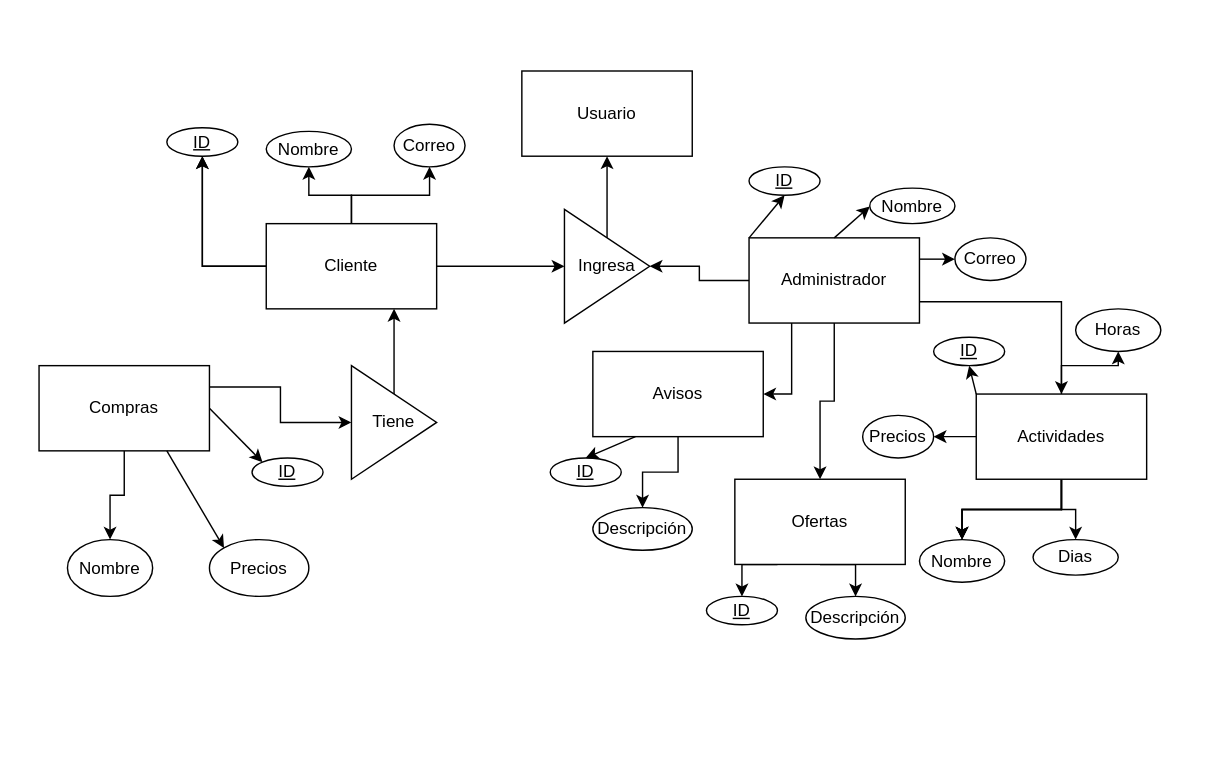
This is Diagrama_relacional.drawio from HuBaMarin/projDespliegue, a draw.io file, before an edit. Source tidied: cells renumbered, new cells numbered last; positions are measured from the earlier drawing's top-left corner, leaving out a move shared by most shapes. Both pictures are drawn from the tidied source at 142%, with x=0, y=0 at pixel (38, 70).
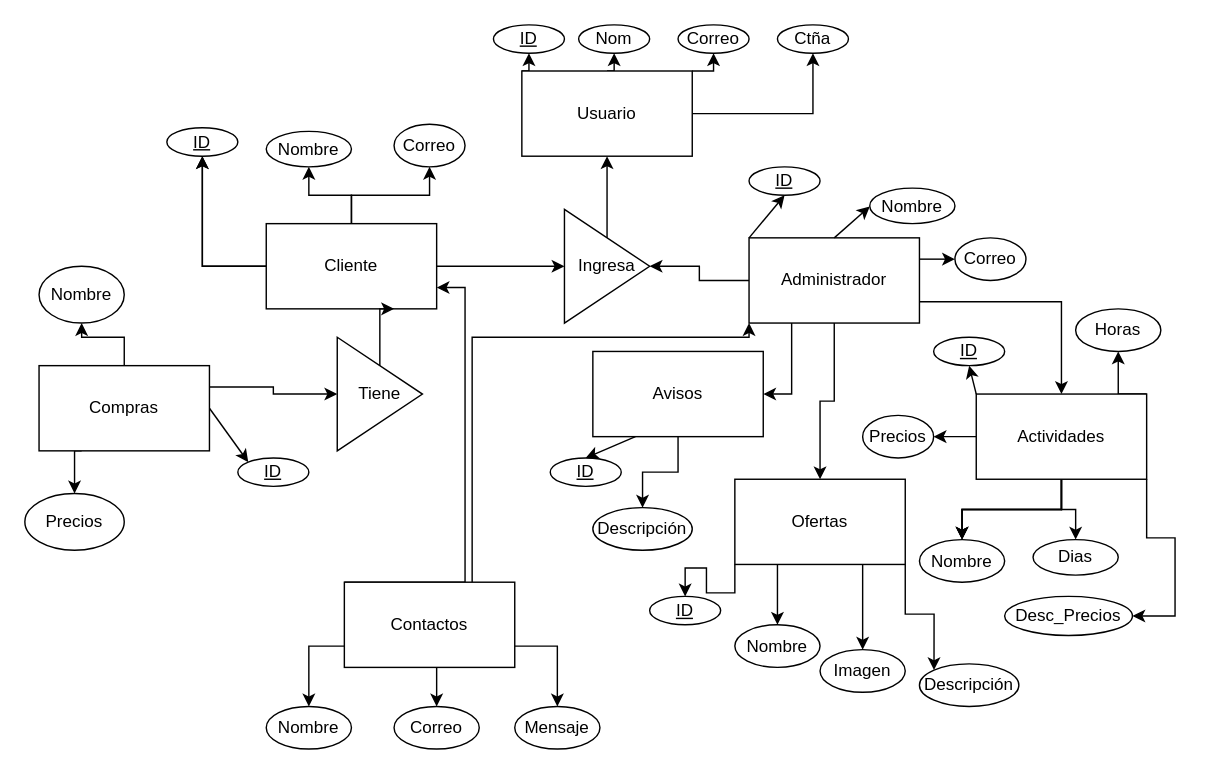
After the change.

The change refers to these unchanged cells:
```xml
<mxCell id="2" value="Usuario" style="rounded=0;whiteSpace=wrap;html=1;" parent="1" vertex="1">
  <mxGeometry x="340" y="0.5" width="120" height="60" as="geometry" />
</mxCell>
<mxCell id="8" value="Cliente" style="rounded=0;whiteSpace=wrap;html=1;" parent="1" vertex="1">
  <mxGeometry x="160" y="108" width="120" height="60" as="geometry" />
</mxCell>
<mxCell id="13" value="Administrador" style="rounded=0;whiteSpace=wrap;html=1;" parent="1" vertex="1">
  <mxGeometry x="500" y="118" width="120" height="60" as="geometry" />
</mxCell>
<mxCell id="18" value="Ofertas" style="rounded=0;whiteSpace=wrap;html=1;" parent="1" vertex="1">
  <mxGeometry x="490" y="288" width="120" height="60" as="geometry" />
</mxCell>
<mxCell id="25" value="Actividades" style="rounded=0;whiteSpace=wrap;html=1;" parent="1" vertex="1">
  <mxGeometry x="660" y="228" width="120" height="60" as="geometry" />
</mxCell>
<mxCell id="28" value="Compras" style="rounded=0;whiteSpace=wrap;html=1;" parent="1" vertex="1">
  <mxGeometry y="208" width="120" height="60" as="geometry" />
</mxCell>
<mxCell id="36" value="Horas" style="ellipse;whiteSpace=wrap;html=1;rounded=0;" parent="1" vertex="1">
  <mxGeometry x="730" y="168" width="60" height="30" as="geometry" />
</mxCell>
<mxCell id="37" value="Precios" style="ellipse;whiteSpace=wrap;html=1;" parent="1" vertex="1">
  <mxGeometry x="580" y="243" width="50" height="30" as="geometry" />
</mxCell>
```

What changed in the source:
```diff
@@
+    <mxCell id="58" style="edgeStyle=orthogonalEdgeStyle;rounded=0;jettySize=auto;html=1;exitX=1;exitY=0.5;exitDx=0;exitDy=0;entryX=0.5;entryY=1;entryDx=0;entryDy=0;" parent="1" edge="1" source="2" target="80">
+      <mxGeometry relative="1" as="geometry" />
+    </mxCell>
+    <mxCell id="59" style="edgeStyle=orthogonalEdgeStyle;rounded=0;jettySize=auto;html=1;exitX=1;exitY=0;exitDx=0;exitDy=0;entryX=0.5;entryY=1;entryDx=0;entryDy=0;" parent="1" edge="1" source="2" target="79">
+      <mxGeometry relative="1" as="geometry" />
+    </mxCell>
+    <mxCell id="60" style="edgeStyle=orthogonalEdgeStyle;rounded=0;jettySize=auto;html=1;exitX=0.5;exitY=0;exitDx=0;exitDy=0;entryX=0.5;entryY=1;entryDx=0;entryDy=0;" parent="1" edge="1" source="2" target="78">
+      <mxGeometry relative="1" as="geometry" />
+    </mxCell>
+    <mxCell id="61" style="edgeStyle=orthogonalEdgeStyle;rounded=0;jettySize=auto;html=1;exitX=0;exitY=0;exitDx=0;exitDy=0;entryX=0.5;entryY=1;entryDx=0;entryDy=0;" parent="1" edge="1" source="2" target="77">
+      <mxGeometry relative="1" as="geometry" />
+    </mxCell>
@@
-    <mxCell id="16" style="edgeStyle=orthogonalEdgeStyle;rounded=0;jettySize=auto;html=1;exitX=0.25;exitY=1;exitDx=0;exitDy=0;entryX=0.5;entryY=0;entryDx=0;entryDy=0;" parent="1" edge="1" source="18" target="57">
+    <mxCell id="16" style="edgeStyle=orthogonalEdgeStyle;rounded=0;jettySize=auto;html=1;exitX=0;exitY=1;exitDx=0;exitDy=0;entryX=0.5;entryY=0;entryDx=0;entryDy=0;" parent="1" edge="1" source="18" target="57">
       <mxGeometry relative="1" as="geometry" />
     </mxCell>
+    <mxCell id="62" style="edgeStyle=orthogonalEdgeStyle;rounded=0;jettySize=auto;html=1;exitX=0.25;exitY=1;exitDx=0;exitDy=0;entryX=0.5;entryY=0;entryDx=0;entryDy=0;" parent="1" edge="1" source="18" target="75">
+      <mxGeometry relative="1" as="geometry" />
+    </mxCell>
+    <mxCell id="63" style="edgeStyle=orthogonalEdgeStyle;rounded=0;jettySize=auto;html=1;exitX=0.75;exitY=1;exitDx=0;exitDy=0;entryX=0.5;entryY=0;entryDx=0;entryDy=0;" parent="1" edge="1" source="18" target="76">
+      <mxGeometry relative="1" as="geometry" />
+    </mxCell>
-    <mxCell id="17" style="edgeStyle=orthogonalEdgeStyle;rounded=0;jettySize=auto;html=1;exitX=0.5;exitY=1;exitDx=0;exitDy=0;entryX=0.5;entryY=0;entryDx=0;entryDy=0;" parent="1" edge="1" source="18" target="56">
+    <mxCell id="17" style="edgeStyle=orthogonalEdgeStyle;rounded=0;jettySize=auto;html=1;exitX=1;exitY=1;exitDx=0;exitDy=0;entryX=0;entryY=0;entryDx=0;entryDy=0;" parent="1" edge="1" source="18" target="56">
       <mxGeometry relative="1" as="geometry" />
     </mxCell>
@@
+    <mxCell id="24" style="edgeStyle=orthogonalEdgeStyle;rounded=0;jettySize=auto;html=1;entryX=1;entryY=0.5;entryDx=0;entryDy=0;" parent="1" edge="1" source="25" target="37">
+      <mxGeometry relative="1" as="geometry" />
+    </mxCell>
+    <mxCell id="64" style="edgeStyle=orthogonalEdgeStyle;rounded=0;jettySize=auto;html=1;exitX=1;exitY=1;exitDx=0;exitDy=0;entryX=1;entryY=0.5;entryDx=0;entryDy=0;" parent="1" edge="1" source="25" target="65">
+      <mxGeometry relative="1" as="geometry" />
+    </mxCell>
-    <mxCell id="23" style="edgeStyle=orthogonalEdgeStyle;rounded=0;jettySize=auto;html=1;" parent="1" edge="1" source="25" target="36">
+    <mxCell id="23" style="edgeStyle=orthogonalEdgeStyle;rounded=0;jettySize=auto;html=1;exitX=1;exitY=0;exitDx=0;exitDy=0;entryX=0.5;entryY=1;entryDx=0;entryDy=0;" parent="1" edge="1" source="25" target="36">
       <mxGeometry relative="1" as="geometry" />
     </mxCell>
-    <mxCell id="24" style="edgeStyle=orthogonalEdgeStyle;rounded=0;jettySize=auto;html=1;entryX=1;entryY=0.5;entryDx=0;entryDy=0;" parent="1" edge="1" source="25" target="37">
-      <mxGeometry relative="1" as="geometry" />
-    </mxCell>
@@
+    <mxCell id="38" style="edgeStyle=orthogonalEdgeStyle;rounded=0;jettySize=auto;html=1;exitX=0.25;exitY=1;exitDx=0;exitDy=0;entryX=0.5;entryY=0;entryDx=0;entryDy=0;" parent="1" edge="1" source="28" target="39">
+      <mxGeometry relative="1" as="geometry" />
+    </mxCell>
@@
     <mxCell id="33" value="Nombre" style="ellipse;whiteSpace=wrap;html=1;rounded=0;" parent="1" vertex="1">
-      <mxGeometry x="20" y="330.5" width="60" height="40" as="geometry" />
+      <mxGeometry y="138" width="60" height="40" as="geometry" />
     </mxCell>
@@
-    <mxCell id="38" style="endArrow=classic;html=1;rounded=0;exitX=0.75;exitY=1;exitDx=0;exitDy=0;entryX=0;entryY=0;entryDx=0;entryDy=0;" parent="1" edge="1" source="28" target="39">
-      <mxGeometry relative="1" as="geometry" />
-    </mxCell>
     <mxCell id="39" value="Precios" style="ellipse;whiteSpace=wrap;html=1;" parent="1" vertex="1">
-      <mxGeometry x="120" y="330.5" width="70" height="40" as="geometry" />
+      <mxGeometry x="-10" y="298" width="70" height="40" as="geometry" />
     </mxCell>
     <mxCell id="40" value="&lt;u&gt;ID&lt;/u&gt;" style="ellipse;whiteSpace=wrap;html=1;rounded=0;" parent="1" vertex="1">
-      <mxGeometry x="150" y="273" width="50" height="20" as="geometry" />
+      <mxGeometry x="140" y="273" width="50" height="20" as="geometry" />
     </mxCell>
@@
-    <mxCell id="54" style="edgeStyle=orthogonalEdgeStyle;rounded=0;jettySize=auto;html=1;entryX=0.75;entryY=1;entryDx=0;entryDy=0;" parent="1" edge="1" source="55" target="8">
+    <mxCell id="54" style="edgeStyle=orthogonalEdgeStyle;rounded=0;jettySize=auto;html=1;exitX=0.5;exitY=0;exitDx=0;exitDy=0;entryX=0.75;entryY=1;entryDx=0;entryDy=0;" parent="1" edge="1" source="55" target="8">
       <mxGeometry relative="1" as="geometry" />
     </mxCell>
     <mxCell id="55" value="Tiene" style="triangle;whiteSpace=wrap;html=1;" parent="1" vertex="1">
-      <mxGeometry x="220" y="208" width="60" height="80" as="geometry" />
+      <mxGeometry x="210" y="188" width="60" height="80" as="geometry" />
     </mxCell>
     <mxCell id="56" value="Descripción" style="ellipse;whiteSpace=wrap;html=1;rounded=0;" parent="1" vertex="1">
-      <mxGeometry x="540" y="370.5" width="70" height="30" as="geometry" />
+      <mxGeometry x="620" y="418" width="70" height="30" as="geometry" />
     </mxCell>
     <mxCell id="57" value="&lt;u&gt;ID&lt;/u&gt;" style="ellipse;whiteSpace=wrap;html=1;rounded=0;" parent="1" vertex="1">
-      <mxGeometry x="470" y="370.5" width="50" height="20" as="geometry" />
+      <mxGeometry x="430" y="370.5" width="50" height="20" as="geometry" />
     </mxCell>
+    <mxCell id="65" value="Desc_Precios" style="ellipse;whiteSpace=wrap;html=1;" parent="1" vertex="1">
+      <mxGeometry x="680" y="370.5" width="90" height="27.5" as="geometry" />
+    </mxCell>
+    <mxCell id="66" style="edgeStyle=orthogonalEdgeStyle;rounded=0;jettySize=auto;html=1;exitX=0;exitY=0.75;exitDx=0;exitDy=0;entryX=0.5;entryY=0;entryDx=0;entryDy=0;" parent="1" edge="1" source="71" target="72">
+      <mxGeometry relative="1" as="geometry" />
+    </mxCell>
+    <mxCell id="67" style="edgeStyle=orthogonalEdgeStyle;rounded=0;jettySize=auto;html=1;exitX=0.5;exitY=1;exitDx=0;exitDy=0;entryX=0.5;entryY=0;entryDx=0;entryDy=0;" parent="1" edge="1" source="71" target="73">
+      <mxGeometry relative="1" as="geometry" />
+    </mxCell>
+    <mxCell id="68" style="edgeStyle=orthogonalEdgeStyle;rounded=0;jettySize=auto;html=1;exitX=1;exitY=0.75;exitDx=0;exitDy=0;entryX=0.5;entryY=0;entryDx=0;entryDy=0;" parent="1" edge="1" source="71" target="74">
+      <mxGeometry relative="1" as="geometry" />
+    </mxCell>
+    <mxCell id="69" style="edgeStyle=orthogonalEdgeStyle;rounded=0;jettySize=auto;html=1;exitX=0;exitY=0;exitDx=0;exitDy=0;entryX=1;entryY=0.75;entryDx=0;entryDy=0;" parent="1" edge="1" source="71" target="8">
+      <mxGeometry relative="1" as="geometry">
+        <Array as="points">
+          <mxPoint x="300" y="361" />
+          <mxPoint x="300" y="153" />
+        </Array>
+      </mxGeometry>
+    </mxCell>
+    <mxCell id="70" style="edgeStyle=orthogonalEdgeStyle;rounded=0;jettySize=auto;html=1;exitX=0.75;exitY=0;exitDx=0;exitDy=0;entryX=0;entryY=1;entryDx=0;entryDy=0;" parent="1" edge="1" source="71" target="13">
+      <mxGeometry relative="1" as="geometry">
+        <Array as="points">
+          <mxPoint x="305" y="188" />
+          <mxPoint x="500" y="188" />
+        </Array>
+      </mxGeometry>
+    </mxCell>
+    <mxCell id="71" value="Contactos" style="rounded=0;whiteSpace=wrap;html=1;" parent="1" vertex="1">
+      <mxGeometry x="215" y="360.5" width="120" height="60" as="geometry" />
+    </mxCell>
+    <mxCell id="72" value="Nombre" style="ellipse;whiteSpace=wrap;html=1;rounded=0;" parent="1" vertex="1">
+      <mxGeometry x="160" y="448" width="60" height="30" as="geometry" />
+    </mxCell>
+    <mxCell id="73" value="Correo" style="ellipse;whiteSpace=wrap;html=1;rounded=0;" parent="1" vertex="1">
+      <mxGeometry x="250" y="448" width="60" height="30" as="geometry" />
+    </mxCell>
+    <mxCell id="74" value="Mensaje" style="ellipse;whiteSpace=wrap;html=1;rounded=0;" parent="1" vertex="1">
+      <mxGeometry x="335" y="448" width="60" height="30" as="geometry" />
+    </mxCell>
+    <mxCell id="75" value="Nombre" style="ellipse;whiteSpace=wrap;html=1;rounded=0;" parent="1" vertex="1">
+      <mxGeometry x="490" y="390.5" width="60" height="30" as="geometry" />
+    </mxCell>
+    <mxCell id="76" value="Imagen" style="ellipse;whiteSpace=wrap;html=1;rounded=0;" parent="1" vertex="1">
+      <mxGeometry x="550" y="408" width="60" height="30" as="geometry" />
+    </mxCell>
+    <mxCell id="77" value="&lt;u&gt;ID&lt;/u&gt;" style="ellipse;whiteSpace=wrap;html=1;rounded=0;" parent="1" vertex="1">
+      <mxGeometry x="320" y="-32" width="50" height="20" as="geometry" />
+    </mxCell>
+    <mxCell id="78" value="Nom" style="ellipse;whiteSpace=wrap;html=1;rounded=0;" parent="1" vertex="1">
+      <mxGeometry x="380" y="-32" width="50" height="20" as="geometry" />
+    </mxCell>
+    <mxCell id="79" value="Correo" style="ellipse;whiteSpace=wrap;html=1;rounded=0;" parent="1" vertex="1">
+      <mxGeometry x="450" y="-32" width="50" height="20" as="geometry" />
+    </mxCell>
+    <mxCell id="80" value="Ctña" style="ellipse;whiteSpace=wrap;html=1;rounded=0;" parent="1" vertex="1">
+      <mxGeometry x="520" y="-32" width="50" height="20" as="geometry" />
+    </mxCell>
```
